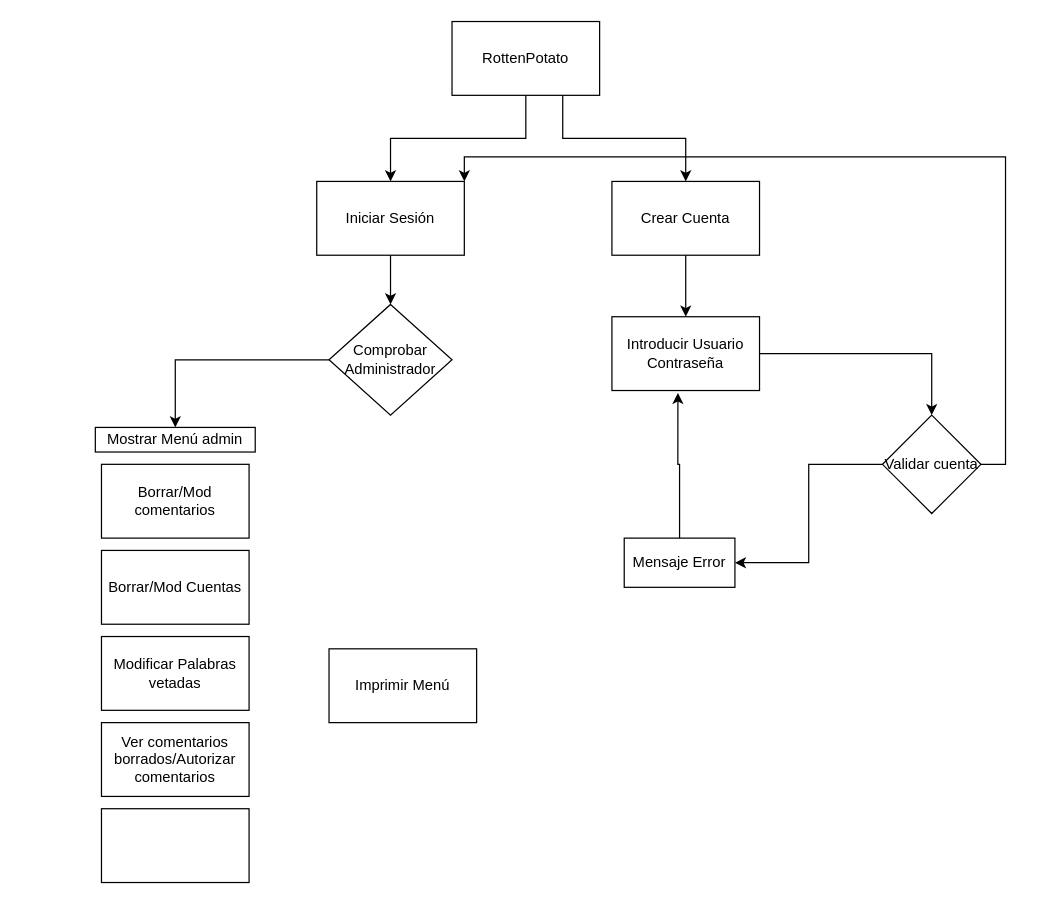
Varixx0/RottenPotato keeps this draw.io diagram as Diagrama sin título.drawio. Above is the earlier version. Source tidied: cells renumbered, new cells numbered last; positions are measured from the earlier drawing's top-left corner, leaving out a move shared by most shapes. Both pictures are drawn from the tidied source at 123%, with x=0, y=0 at pixel (95, 21).
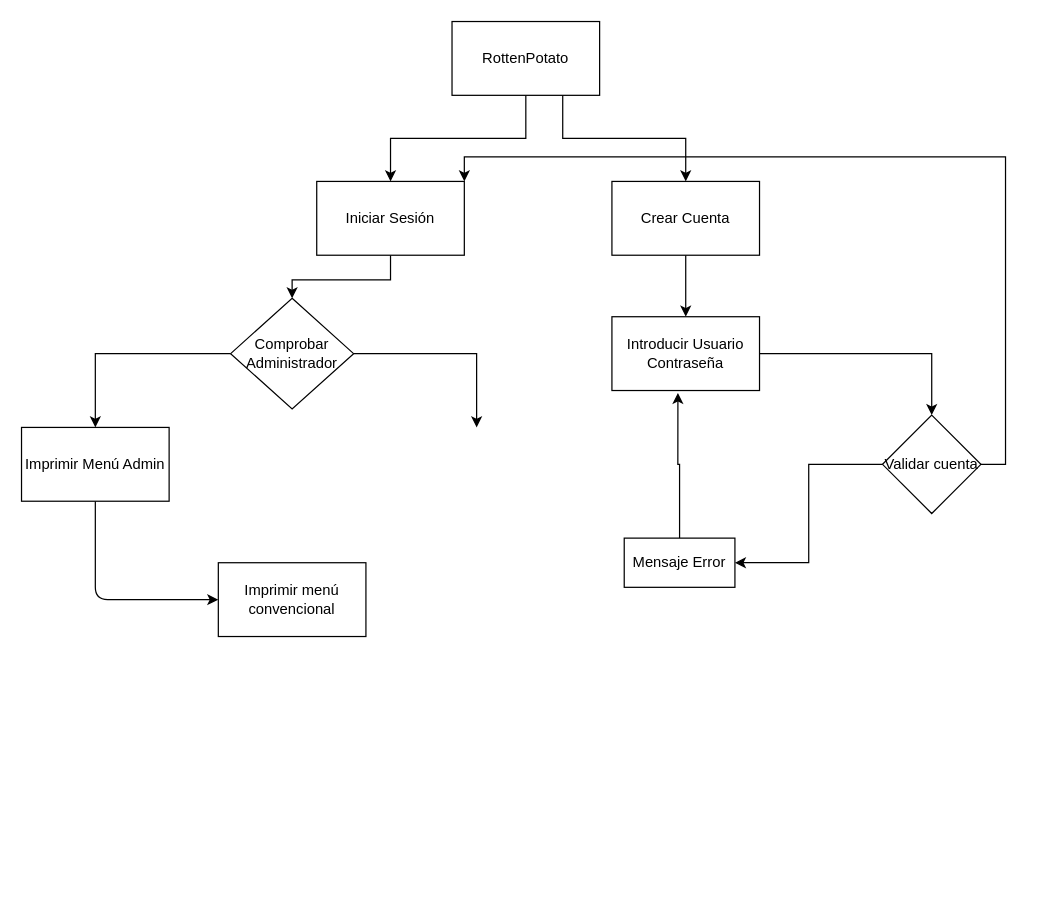
The same page after the edit.

Commit message (it also covers changes not shown here):
Arrays y pruebas

Diff of the diagram source:
```diff
@@
+    <mxCell id="25" style="edgeStyle=none;html=1;entryX=0;entryY=0.5;entryDx=0;entryDy=0;" parent="1" edge="1" source="16" target="26">
+      <mxGeometry relative="1" as="geometry">
+        <Array as="points">
+          <mxPoint y="470" />
+        </Array>
+      </mxGeometry>
+    </mxCell>
-    <mxCell id="16" value="Imprimir Menú" style="rounded=0;whiteSpace=wrap;html=1;" parent="1" vertex="1">
-      <mxGeometry x="190" y="510" width="120" height="60" as="geometry" />
+    <mxCell id="16" value="Imprimir Menú Admin" style="rounded=0;whiteSpace=wrap;html=1;" parent="1" vertex="1">
+      <mxGeometry x="-60" y="330" width="120" height="60" as="geometry" />
     </mxCell>
-    <mxCell id="17" style="edgeStyle=orthogonalEdgeStyle;rounded=0;jettySize=auto;html=1;" parent="1" edge="1" source="18" target="19">
-      <mxGeometry relative="1" as="geometry" />
+    <mxCell id="17" style="edgeStyle=orthogonalEdgeStyle;rounded=0;jettySize=auto;html=1;entryX=0.5;entryY=0;entryDx=0;entryDy=0;" parent="1" edge="1" source="18" target="16">
+      <mxGeometry relative="1" as="geometry">
+        <Array as="points">
+          <mxPoint y="270" />
+        </Array>
+      </mxGeometry>
     </mxCell>
     <mxCell id="18" value="Comprobar Administrador" style="rhombus;whiteSpace=wrap;html=1;" parent="1" vertex="1">
-      <mxGeometry x="190" y="230" width="100" height="90" as="geometry" />
+      <mxGeometry x="110" y="225" width="100" height="90" as="geometry" />
     </mxCell>
-    <mxCell id="19" value="Mostrar Menú admin" style="rounded=0;whiteSpace=wrap;html=1;" parent="1" vertex="1">
-      <mxGeometry y="330" width="130" height="20" as="geometry" />
-    </mxCell>
-    <mxCell id="20" value="Borrar/Mod comentarios" style="rounded=0;whiteSpace=wrap;html=1;" parent="1" vertex="1">
-      <mxGeometry x="5" y="360" width="120" height="60" as="geometry" />
-    </mxCell>
-    <mxCell id="21" value="Borrar/Mod Cuentas" style="rounded=0;whiteSpace=wrap;html=1;" parent="1" vertex="1">
-      <mxGeometry x="5" y="430" width="120" height="60" as="geometry" />
-    </mxCell>
-    <mxCell id="22" value="Modificar Palabras vetadas" style="rounded=0;whiteSpace=wrap;html=1;" parent="1" vertex="1">
-      <mxGeometry x="5" y="500" width="120" height="60" as="geometry" />
-    </mxCell>
-    <mxCell id="23" value="Ver comentarios borrados/Autorizar comentarios" style="rounded=0;whiteSpace=wrap;html=1;" parent="1" vertex="1">
-      <mxGeometry x="5" y="570" width="120" height="60" as="geometry" />
-    </mxCell>
-    <mxCell id="24" style="rounded=0;whiteSpace=wrap;html=1;" parent="1" vertex="1">
-      <mxGeometry x="5" y="640" width="120" height="60" as="geometry" />
-    </mxCell>
+    <mxCell id="26" value="Imprimir menú convencional" style="rounded=0;whiteSpace=wrap;html=1;" parent="1" vertex="1">
+      <mxGeometry x="100" y="440" width="120" height="60" as="geometry" />
+    </mxCell>
+    <mxCell id="27" style="edgeStyle=orthogonalEdgeStyle;rounded=0;jettySize=auto;html=1;entryX=0.5;entryY=0;entryDx=0;entryDy=0;exitX=1;exitY=0.5;exitDx=0;exitDy=0;" parent="1" edge="1" source="18">
+      <mxGeometry relative="1" as="geometry">
+        <mxPoint x="310" y="330" as="targetPoint" />
+        <Array as="points">
+          <mxPoint x="310" y="270" />
+        </Array>
+      </mxGeometry>
+    </mxCell>
```
